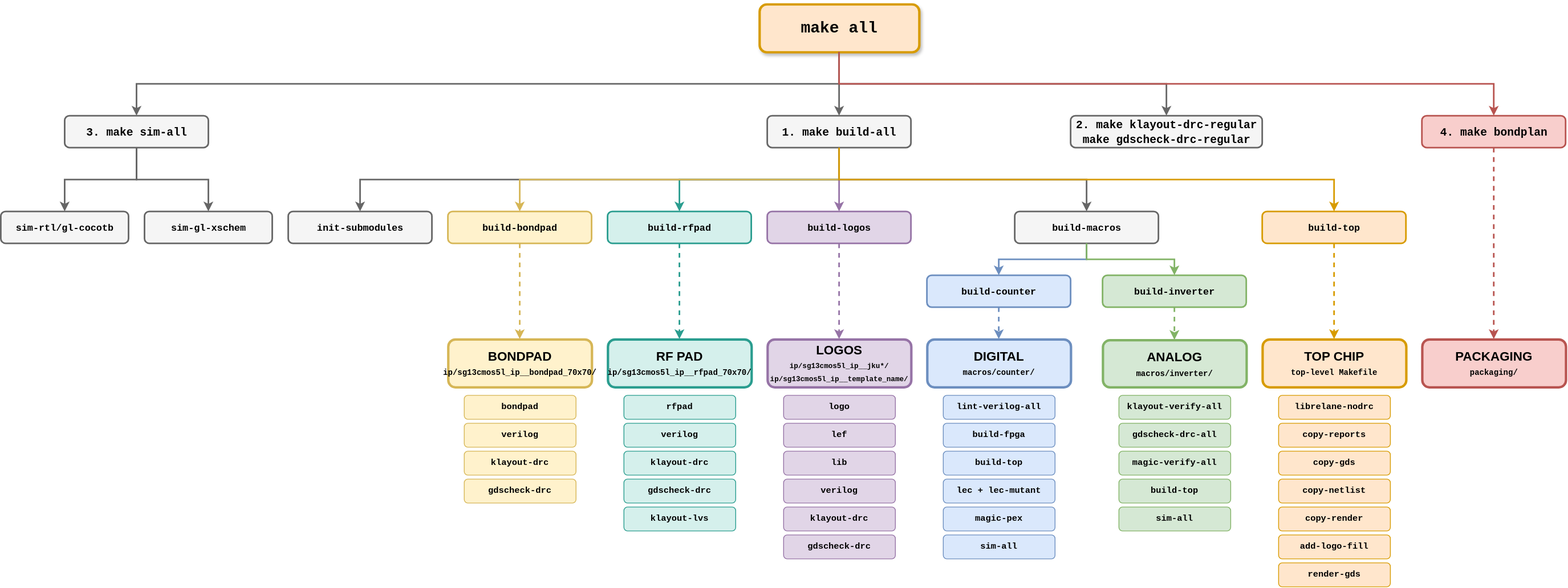
Earlier version of the draw.io export tutorial/fig/targets_overview/targets_overview.svg (iic-jku/ihp-sg13cmos5l-ams-chip-template). Source tidied: cells renumbered, new cells last; positions are measured from the earlier drawing's top-left corner, leaving out a move shared by most shapes.
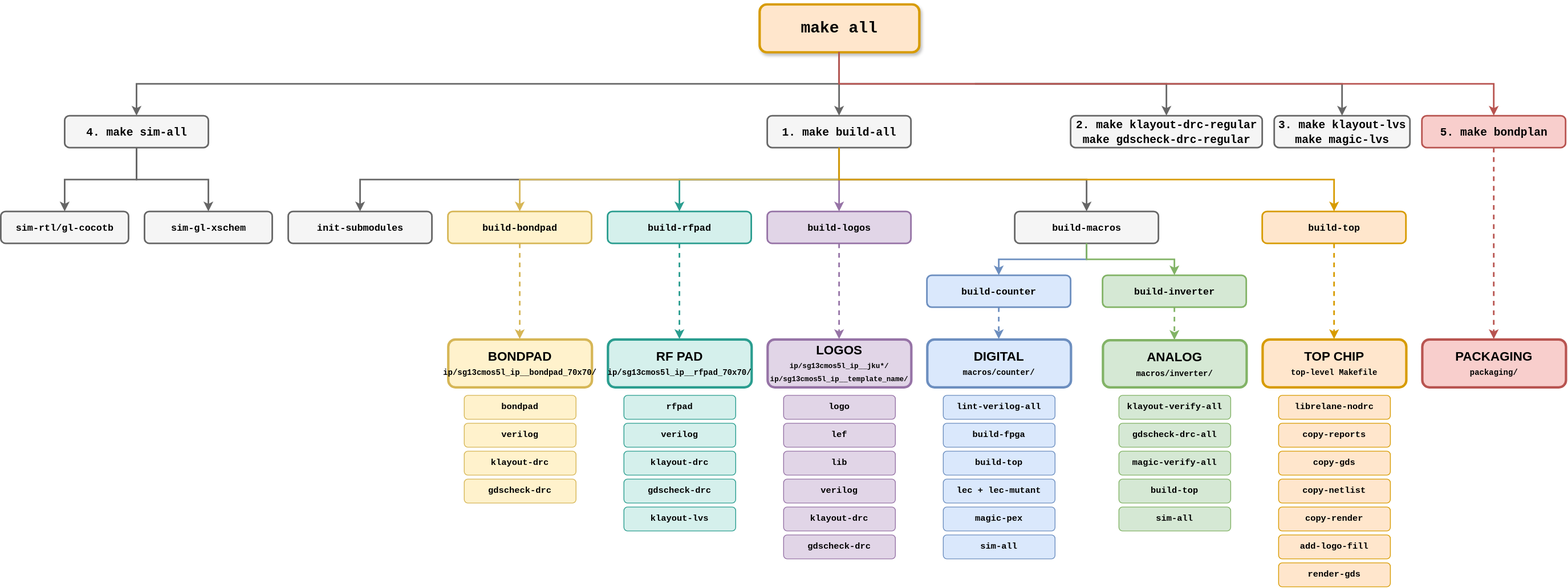
After the change.

Diff of the diagram source:
```diff
@@ -5,7 +5,7 @@
     <mxCell id="2" value="&lt;font face=&quot;Courier New&quot; style=&quot;font-size: 20px;&quot;&gt;&lt;b&gt;make all&lt;/b&gt;&lt;/font&gt;" style="rounded=1;whiteSpace=wrap;html=1;fontSize=18;fillColor=#ffe6cc;strokeColor=#d79b00;strokeWidth=3;shadow=1;fontStyle=1;verticalAlign=middle;sketch=0;" parent="1" vertex="1">
       <mxGeometry x="950" width="200" height="60" as="geometry" />
     </mxCell>
-    <mxCell id="3" value="&lt;font face=&quot;Courier New&quot;&gt;&lt;b&gt;3. make sim-all&lt;/b&gt;&lt;/font&gt;" style="rounded=1;whiteSpace=wrap;html=1;fontSize=14;fillColor=#f5f5f5;strokeColor=#666666;strokeWidth=2;fontStyle=1;verticalAlign=middle;sketch=0;" parent="1" vertex="1">
+    <mxCell id="3" value="&lt;font face=&quot;Courier New&quot;&gt;&lt;b&gt;4. make sim-all&lt;/b&gt;&lt;/font&gt;" style="rounded=1;whiteSpace=wrap;html=1;fontSize=14;fillColor=#f5f5f5;strokeColor=#666666;strokeWidth=2;fontStyle=1;verticalAlign=middle;sketch=0;" parent="1" vertex="1">
       <mxGeometry x="80" y="140" width="180" height="40" as="geometry" />
     </mxCell>
     <mxCell id="4" value="&lt;font face=&quot;Courier New&quot;&gt;&lt;b&gt;1. make build-all&lt;/b&gt;&lt;/font&gt;" style="rounded=1;whiteSpace=wrap;html=1;fontSize=14;fillColor=#f5f5f5;strokeColor=#666666;strokeWidth=2;fontStyle=1;verticalAlign=middle;sketch=0;" parent="1" vertex="1">
@@ -14,6 +14,9 @@
     <mxCell id="5" value="&lt;font face=&quot;Courier New&quot;&gt;&lt;b&gt;2. make klayout-drc-regular&lt;br&gt;make gdscheck-drc-regular&lt;/b&gt;&lt;/font&gt;" style="rounded=1;whiteSpace=wrap;html=1;fontSize=14;fillColor=#f5f5f5;strokeColor=#666666;strokeWidth=2;fontStyle=1;verticalAlign=middle;sketch=0;" parent="1" vertex="1">
       <mxGeometry x="1340" y="140" width="240" height="40" as="geometry" />
     </mxCell>
+    <mxCell id="78" value="&lt;font face=&quot;Courier New&quot;&gt;&lt;b&gt;3. make klayout-lvs&lt;br&gt;make magic-lvs&lt;/b&gt;&lt;/font&gt;" style="rounded=1;whiteSpace=wrap;html=1;fontSize=14;fillColor=#f5f5f5;strokeColor=#666666;strokeWidth=2;fontStyle=1;verticalAlign=middle;sketch=0;" parent="1" vertex="1">
+      <mxGeometry x="1595" y="140" width="170" height="40" as="geometry" />
+    </mxCell>
     <mxCell id="6" value="&lt;font face=&quot;Courier New&quot; style=&quot;font-size: 12px;&quot;&gt;&lt;b&gt;sim-rtl/gl-cocotb&lt;/b&gt;&lt;/font&gt;" style="rounded=1;whiteSpace=wrap;html=1;fontSize=12;fillColor=#f5f5f5;strokeColor=#666666;strokeWidth=2;fontStyle=1;verticalAlign=middle;sketch=0;" parent="1" vertex="1">
       <mxGeometry y="260" width="160" height="40" as="geometry" />
     </mxCell>
@@ -68,7 +71,7 @@
     <mxCell id="23" value="&lt;font face=&quot;Courier New&quot; style=&quot;font-size: 12px;&quot;&gt;&lt;b&gt;build-inverter&lt;/b&gt;&lt;/font&gt;" style="rounded=1;whiteSpace=wrap;html=1;fontSize=12;fillColor=#d5e8d4;strokeColor=#82b366;strokeWidth=2;fontStyle=1;verticalAlign=middle;sketch=0;" parent="1" vertex="1">
       <mxGeometry x="1380" y="340" width="180" height="40" as="geometry" />
     </mxCell>
-    <mxCell id="24" value="&lt;font face=&quot;Courier New&quot;&gt;&lt;b&gt;4. make bondplan&lt;/b&gt;&lt;/font&gt;" style="rounded=1;whiteSpace=wrap;html=1;fontSize=14;fillColor=#f8cecc;strokeColor=#b85450;strokeWidth=2;fontStyle=1;verticalAlign=middle;sketch=0;" parent="1" vertex="1">
+    <mxCell id="24" value="&lt;font face=&quot;Courier New&quot;&gt;&lt;b&gt;5. make bondplan&lt;/b&gt;&lt;/font&gt;" style="rounded=1;whiteSpace=wrap;html=1;fontSize=14;fillColor=#f8cecc;strokeColor=#b85450;strokeWidth=2;fontStyle=1;verticalAlign=middle;sketch=0;" parent="1" vertex="1">
       <mxGeometry x="1780" y="140" width="180" height="40" as="geometry" />
     </mxCell>
     <mxCell id="25" value="&lt;b style=&quot;font-size: 16px;&quot;&gt;PACKAGING&lt;/b&gt;&lt;br&gt;&lt;font style=&quot;font-size: 10px;font-family: Courier New;&quot;&gt;packaging/&lt;/font&gt;" style="rounded=1;whiteSpace=wrap;html=1;fontSize=14;fillColor=#f8cecc;strokeColor=#b85450;strokeWidth=3;fontStyle=1;verticalAlign=middle;sketch=0;" parent="1" vertex="1">
@@ -197,6 +200,14 @@
         </Array>
       </mxGeometry>
     </mxCell>
+    <mxCell id="79" style="edgeStyle=orthogonalEdgeStyle;rounded=0;jettySize=auto;html=1;strokeColor=#666666;strokeWidth=2;endArrow=classic;endFill=1;entryX=0.5;entryY=0;entryDx=0;entryDy=0;" parent="1" edge="1" target="78">
+      <mxGeometry relative="1" as="geometry">
+        <mxPoint x="1220" y="100" as="sourcePoint" />
+        <Array as="points">
+          <mxPoint x="1680" y="100" />
+        </Array>
+      </mxGeometry>
+    </mxCell>
     <mxCell id="62" style="edgeStyle=orthogonalEdgeStyle;rounded=0;jettySize=auto;html=1;exitX=0.5;exitY=1;exitDx=0;exitDy=0;entryX=0.5;entryY=0;entryDx=0;entryDy=0;strokeColor=#666666;strokeWidth=2;endArrow=classic;endFill=1;" parent="1" edge="1" source="3" target="6">
       <mxGeometry relative="1" as="geometry" />
     </mxCell>
```
